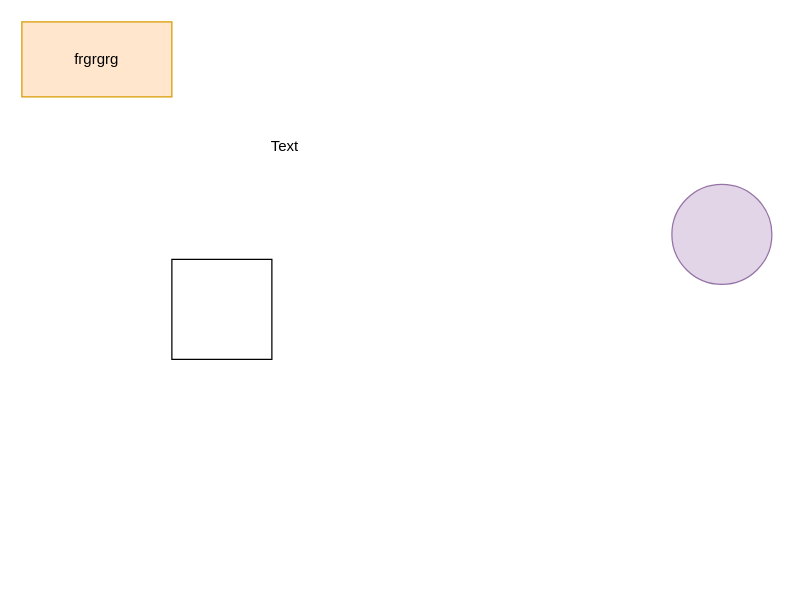
Above: Untitled Diagram.drawio in daniapm/final_project_t (draw.io), before the change. Source tidied: cells renumbered, new cells numbered last; positions are measured from the earlier drawing's top-left corner, leaving out a move shared by most shapes. Both pictures are drawn from the tidied source at 125%, with x=0, y=0 at pixel (21, 21).
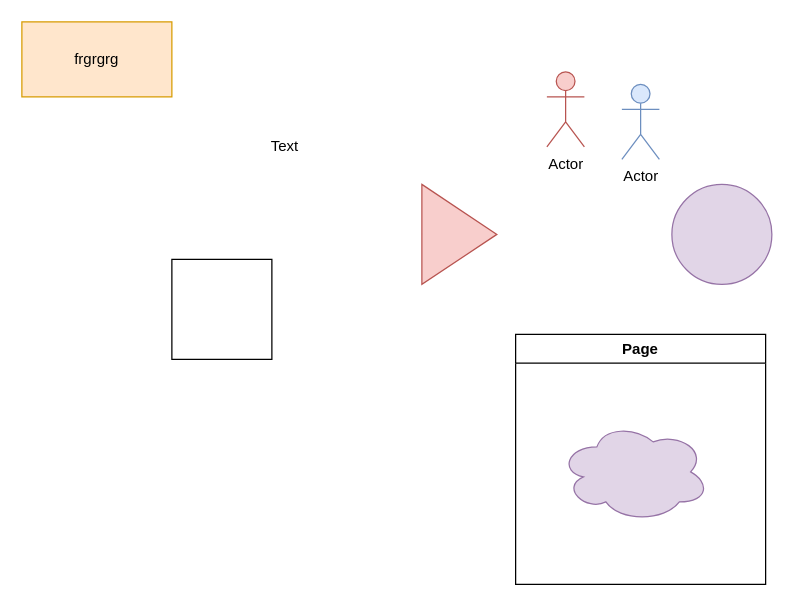
Above is the later version.

The edit, as a diff of the source:
```diff
@@
 <mxGraphModel>
   <root>
     <mxCell id="0" />
     <mxCell id="1" parent="0" />
     <mxCell id="2" value="frgrgrg" style="rounded=0;whiteSpace=wrap;html=1;fillColor=#ffe6cc;strokeColor=#d79b00;" parent="1" vertex="1">
       <mxGeometry width="120" height="60" as="geometry" />
     </mxCell>
     <mxCell id="3" value="Text" style="text;html=1;align=center;verticalAlign=middle;strokeColor=none;fillColor=none;" parent="1" vertex="1">
       <mxGeometry x="190" y="90" width="40" height="20" as="geometry" />
     </mxCell>
     <mxCell id="4" style="whiteSpace=wrap;html=1;" parent="1" vertex="1">
       <mxGeometry x="120" y="190" width="80" height="80" as="geometry" />
     </mxCell>
     <mxCell id="5" style="ellipse;whiteSpace=wrap;html=1;fillColor=#e1d5e7;strokeColor=#9673a6;" parent="1" vertex="1">
       <mxGeometry x="520" y="130" width="80" height="80" as="geometry" />
     </mxCell>
+    <mxCell id="6" style="triangle;whiteSpace=wrap;html=1;fillColor=#f8cecc;strokeColor=#b85450;" parent="1" vertex="1">
+      <mxGeometry x="320" y="130" width="60" height="80" as="geometry" />
+    </mxCell>
+    <mxCell id="7" value="Actor" style="shape=umlActor;verticalLabelPosition=bottom;verticalAlign=top;html=1;fillColor=#f8cecc;strokeColor=#b85450;" parent="1" vertex="1">
+      <mxGeometry x="420" y="40" width="30" height="60" as="geometry" />
+    </mxCell>
+    <mxCell id="8" value="Page" style="swimlane;horizontal=0;rotation=90;" parent="1" vertex="1">
+      <mxGeometry x="395" y="250" width="200" height="200" as="geometry" />
+    </mxCell>
+    <mxCell id="9" style="ellipse;shape=cloud;whiteSpace=wrap;html=1;fillColor=#e1d5e7;strokeColor=#9673a6;" parent="8" vertex="1">
+      <mxGeometry x="35" y="70" width="120" height="80" as="geometry" />
+    </mxCell>
+    <mxCell id="10" value="Actor" style="shape=umlActor;verticalLabelPosition=bottom;verticalAlign=top;html=1;fillColor=#dae8fc;strokeColor=#6c8ebf;" parent="1" vertex="1">
+      <mxGeometry x="480" y="50" width="30" height="60" as="geometry" />
+    </mxCell>
   </root>
 </mxGraphModel>
```
